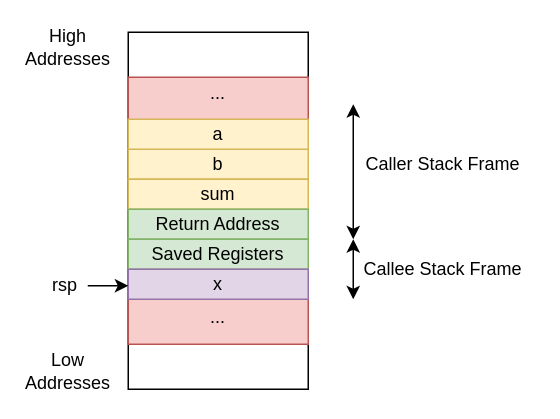
Before: thesis/assets/figures/chapter2/stack-frame.drawio in jlauinger/master-of-science, a draw.io diagram. Source tidied: cells renumbered, new cells numbered last; positions are measured from the earlier drawing's top-left corner, leaving out a move shared by most shapes. Both pictures are drawn from the tidied source at 150%, with x=0, y=0 at pixel (38, 32).
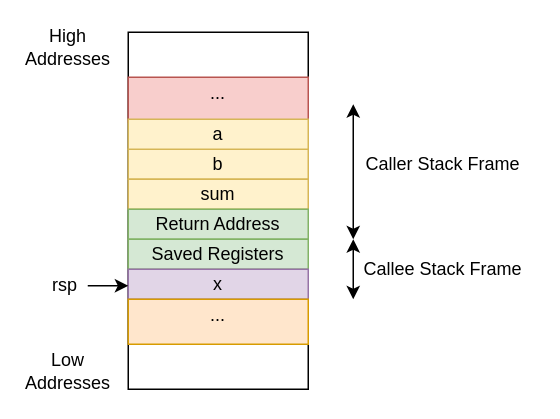
The same page after the edit.

Change to the diagram source:
```diff
@@
     <mxCell id="5" style="rounded=0;whiteSpace=wrap;html=1;fillColor=#f8cecc;strokeColor=#b85450;" parent="1" vertex="1">
-      <mxGeometry x="60" y="30" width="120" height="178" as="geometry" />
+      <mxGeometry x="60" y="30" width="120" height="30" as="geometry" />
     </mxCell>
-    <mxCell id="6" value="..." style="text;html=1;strokeColor=none;fillColor=none;align=center;verticalAlign=middle;whiteSpace=wrap;rounded=0;" parent="1" vertex="1">
-      <mxGeometry x="100" y="180" width="40" height="20" as="geometry" />
-    </mxCell>
@@
+    <mxCell id="20" style="rounded=0;whiteSpace=wrap;html=1;fillColor=#ffe6cc;strokeColor=#d79b00;" parent="1" vertex="1">
+      <mxGeometry x="60" y="178" width="120" height="30" as="geometry" />
+    </mxCell>
+    <mxCell id="6" value="..." style="text;html=1;strokeColor=none;fillColor=none;align=center;verticalAlign=middle;whiteSpace=wrap;rounded=0;" parent="1" vertex="1">
+      <mxGeometry x="100" y="179" width="40" height="20" as="geometry" />
+    </mxCell>
```
